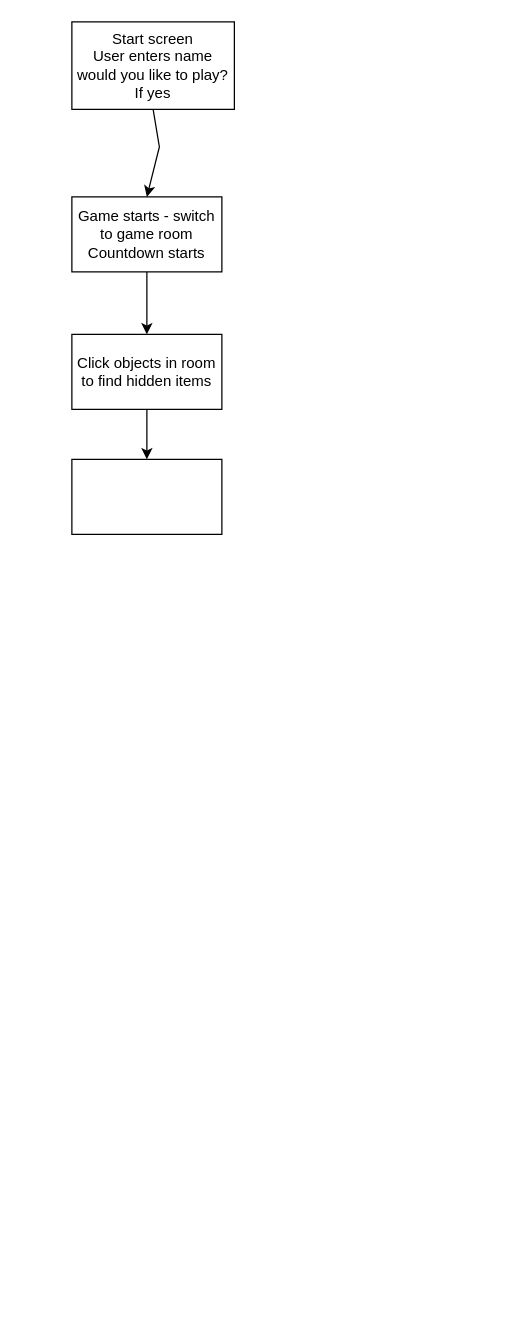
Earlier version of the draw.io diagram Escape room flow chart.drawio (SchoolOfCode/escape-room-hackathon-11th-hour). Source tidied: cells renumbered, new cells numbered last; positions are measured from the earlier drawing's top-left corner, leaving out a move shared by most shapes. Both pictures are drawn from the tidied source at 125%, with x=0, y=0 at pixel (71, 21).
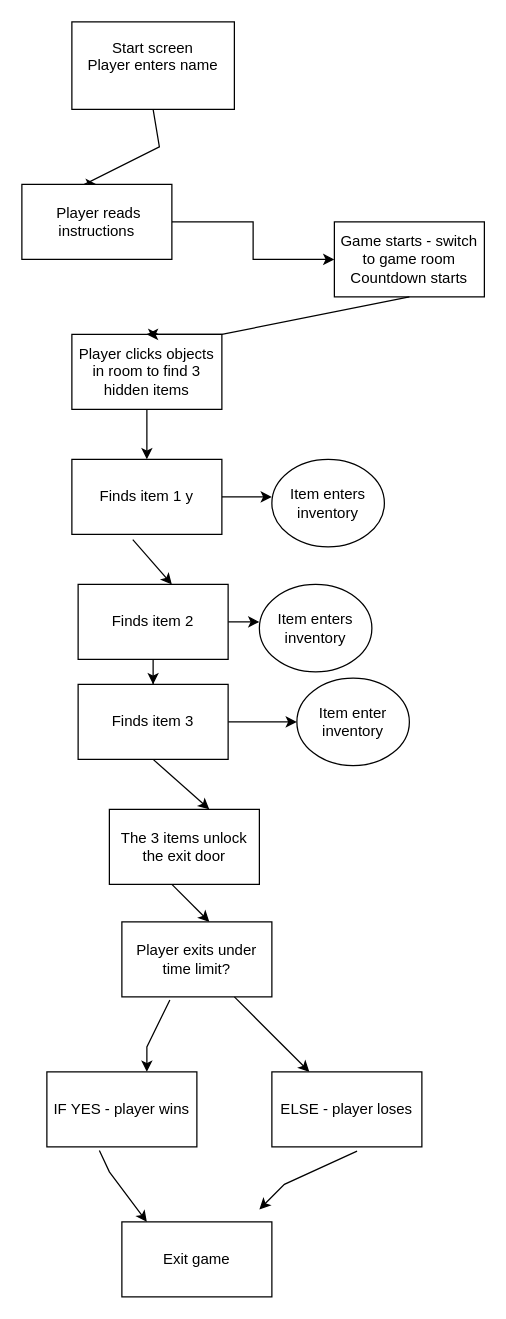
After the change.

Diff of the diagram source:
```diff
@@
-    <mxCell id="2" value="Start screen&lt;div&gt;User enters name&lt;/div&gt;&lt;div&gt;would you like to play? If yes&lt;/div&gt;" style="rounded=0;whiteSpace=wrap;html=1;" parent="1" vertex="1">
+    <mxCell id="2" value="Start screen&lt;div&gt;Player enters name&lt;/div&gt;&lt;div&gt;&lt;br&gt;&lt;/div&gt;" style="rounded=0;whiteSpace=wrap;html=1;" parent="1" vertex="1">
       <mxGeometry width="130" height="70" as="geometry" />
     </mxCell>
     <mxCell id="3" value="Game starts - switch to game room&lt;div&gt;Countdown starts&lt;/div&gt;" style="rounded=0;whiteSpace=wrap;html=1;" parent="1" vertex="1">
-      <mxGeometry y="140" width="120" height="60" as="geometry" />
+      <mxGeometry x="210" y="160" width="120" height="60" as="geometry" />
     </mxCell>
@@
+    <mxCell id="9" style="edgeStyle=orthogonalEdgeStyle;rounded=0;jettySize=auto;html=1;exitX=0.5;exitY=0;exitDx=0;exitDy=0;" parent="1" edge="1" source="5">
+      <mxGeometry relative="1" as="geometry">
+        <mxPoint x="70" y="250" as="targetPoint" />
+      </mxGeometry>
+    </mxCell>
-    <mxCell id="5" value="Click objects in room to find hidden items" style="rounded=0;whiteSpace=wrap;html=1;" parent="1" vertex="1">
+    <mxCell id="5" value="Player clicks objects in room to find 3 hidden items" style="rounded=0;whiteSpace=wrap;html=1;" parent="1" vertex="1">
       <mxGeometry y="250" width="120" height="60" as="geometry" />
     </mxCell>
-    <mxCell id="6" style="endArrow=classic;html=1;rounded=0;exitX=0.5;exitY=1;exitDx=0;exitDy=0;entryX=0.5;entryY=0;entryDx=0;entryDy=0;" parent="1" edge="1" source="2" target="3">
+    <mxCell id="6" style="endArrow=classic;html=1;rounded=0;exitX=0.5;exitY=1;exitDx=0;exitDy=0;entryX=0.5;entryY=0;entryDx=0;entryDy=0;" parent="1" edge="1" source="2" target="13">
       <mxGeometry relative="1" as="geometry">
         <Array as="points">
           <mxPoint x="70" y="100" />
+          <mxPoint x="10" y="130" />
         </Array>
       </mxGeometry>
     </mxCell>
     <mxCell id="7" style="endArrow=classic;html=1;rounded=0;exitX=0.5;exitY=1;exitDx=0;exitDy=0;entryX=0.5;entryY=0;entryDx=0;entryDy=0;" parent="1" edge="1" source="3" target="5">
       <mxGeometry relative="1" as="geometry">
         <Array as="points">
-          <mxPoint x="60" y="210" />
+          <mxPoint x="120" y="250" />
         </Array>
       </mxGeometry>
     </mxCell>
+    <mxCell id="10" style="edgeStyle=orthogonalEdgeStyle;rounded=0;jettySize=auto;html=1;exitX=1;exitY=0.5;exitDx=0;exitDy=0;" parent="1" edge="1" source="8">
+      <mxGeometry relative="1" as="geometry">
+        <mxPoint x="160" y="380" as="targetPoint" />
+      </mxGeometry>
+    </mxCell>
-    <mxCell id="8" style="rounded=0;whiteSpace=wrap;html=1;" parent="1" vertex="1">
+    <mxCell id="8" value="Finds item 1 y" style="rounded=0;whiteSpace=wrap;html=1;" parent="1" vertex="1">
       <mxGeometry y="350" width="120" height="60" as="geometry" />
     </mxCell>
+    <mxCell id="11" style="endArrow=classic;html=1;rounded=0;exitX=0.406;exitY=1.071;exitDx=0;exitDy=0;exitPerimeter=0;" parent="1" edge="1" source="8">
+      <mxGeometry relative="1" as="geometry">
+        <mxPoint x="80" y="450" as="targetPoint" />
+      </mxGeometry>
+    </mxCell>
+    <mxCell id="12" style="edgeStyle=orthogonalEdgeStyle;rounded=0;jettySize=auto;html=1;exitX=1;exitY=0.5;exitDx=0;exitDy=0;" parent="1" edge="1" source="13" target="3">
+      <mxGeometry relative="1" as="geometry" />
+    </mxCell>
+    <mxCell id="13" value="&amp;nbsp;Player reads instructions" style="rounded=0;whiteSpace=wrap;html=1;" parent="1" vertex="1">
+      <mxGeometry x="-40" y="130" width="120" height="60" as="geometry" />
+    </mxCell>
+    <mxCell id="14" style="edgeStyle=orthogonalEdgeStyle;rounded=0;jettySize=auto;html=1;exitX=0.5;exitY=1;exitDx=0;exitDy=0;" parent="1" edge="1" source="16" target="18">
+      <mxGeometry relative="1" as="geometry" />
+    </mxCell>
+    <mxCell id="15" style="edgeStyle=orthogonalEdgeStyle;rounded=0;jettySize=auto;html=1;exitX=1;exitY=0.5;exitDx=0;exitDy=0;" parent="1" edge="1" source="16">
+      <mxGeometry relative="1" as="geometry">
+        <mxPoint x="150" y="480" as="targetPoint" />
+      </mxGeometry>
+    </mxCell>
+    <mxCell id="16" value="Finds item 2" style="rounded=0;whiteSpace=wrap;html=1;" parent="1" vertex="1">
+      <mxGeometry x="5" y="450" width="120" height="60" as="geometry" />
+    </mxCell>
+    <mxCell id="17" style="edgeStyle=orthogonalEdgeStyle;rounded=0;jettySize=auto;html=1;exitX=1;exitY=0.5;exitDx=0;exitDy=0;" parent="1" edge="1" source="18">
+      <mxGeometry relative="1" as="geometry">
+        <mxPoint x="180" y="560" as="targetPoint" />
+      </mxGeometry>
+    </mxCell>
+    <mxCell id="18" value="Finds item 3" style="rounded=0;whiteSpace=wrap;html=1;" parent="1" vertex="1">
+      <mxGeometry x="5" y="530" width="120" height="60" as="geometry" />
+    </mxCell>
+    <mxCell id="19" value="Item enters inventory" style="ellipse;whiteSpace=wrap;html=1;" parent="1" vertex="1">
+      <mxGeometry x="160" y="350" width="90" height="70" as="geometry" />
+    </mxCell>
+    <mxCell id="20" value="Item enters inventory" style="ellipse;whiteSpace=wrap;html=1;" parent="1" vertex="1">
+      <mxGeometry x="150" y="450" width="90" height="70" as="geometry" />
+    </mxCell>
+    <mxCell id="21" value="Item enter inventory" style="ellipse;whiteSpace=wrap;html=1;" parent="1" vertex="1">
+      <mxGeometry x="180" y="525" width="90" height="70" as="geometry" />
+    </mxCell>
+    <mxCell id="22" style="endArrow=classic;html=1;rounded=0;exitX=0.5;exitY=1;exitDx=0;exitDy=0;" parent="1" edge="1" source="18">
+      <mxGeometry relative="1" as="geometry">
+        <mxPoint x="110" y="630" as="targetPoint" />
+      </mxGeometry>
+    </mxCell>
+    <mxCell id="23" value="The 3 items unlock the exit door" style="rounded=0;whiteSpace=wrap;html=1;" parent="1" vertex="1">
+      <mxGeometry x="30" y="630" width="120" height="60" as="geometry" />
+    </mxCell>
+    <mxCell id="24" style="endArrow=classic;html=1;rounded=0;" parent="1" edge="1">
+      <mxGeometry relative="1" as="geometry">
+        <mxPoint x="80" y="690" as="sourcePoint" />
+        <mxPoint x="110" y="720" as="targetPoint" />
+        <Array as="points">
+          <mxPoint x="80" y="690" />
+        </Array>
+      </mxGeometry>
+    </mxCell>
+    <mxCell id="25" value="Exit game" style="rounded=0;whiteSpace=wrap;html=1;" parent="1" vertex="1">
+      <mxGeometry x="40" y="960" width="120" height="60" as="geometry" />
+    </mxCell>
+    <mxCell id="26" value="Player exits under time limit?" style="rounded=0;whiteSpace=wrap;html=1;" parent="1" vertex="1">
+      <mxGeometry x="40" y="720" width="120" height="60" as="geometry" />
+    </mxCell>
+    <mxCell id="27" style="endArrow=classic;html=1;rounded=0;exitX=0.75;exitY=1;exitDx=0;exitDy=0;" parent="1" edge="1" source="26">
+      <mxGeometry relative="1" as="geometry">
+        <mxPoint x="190" y="840" as="targetPoint" />
+      </mxGeometry>
+    </mxCell>
+    <mxCell id="28" style="endArrow=classic;html=1;rounded=0;exitX=0.32;exitY=1.041;exitDx=0;exitDy=0;exitPerimeter=0;" parent="1" edge="1" source="26">
+      <mxGeometry relative="1" as="geometry">
+        <mxPoint x="60" y="840" as="targetPoint" />
+        <Array as="points">
+          <mxPoint x="60" y="820" />
+        </Array>
+      </mxGeometry>
+    </mxCell>
+    <mxCell id="29" value="IF YES - player wins" style="rounded=0;whiteSpace=wrap;html=1;" parent="1" vertex="1">
+      <mxGeometry x="-20" y="840" width="120" height="60" as="geometry" />
+    </mxCell>
+    <mxCell id="30" value="ELSE - player loses" style="rounded=0;whiteSpace=wrap;html=1;" parent="1" vertex="1">
+      <mxGeometry x="160" y="840" width="120" height="60" as="geometry" />
+    </mxCell>
+    <mxCell id="31" style="endArrow=classic;html=1;rounded=0;exitX=0.568;exitY=1.057;exitDx=0;exitDy=0;exitPerimeter=0;" parent="1" edge="1" source="30">
+      <mxGeometry relative="1" as="geometry">
+        <mxPoint x="150" y="950" as="targetPoint" />
+        <Array as="points">
+          <mxPoint x="170" y="930" />
+        </Array>
+      </mxGeometry>
+    </mxCell>
+    <mxCell id="32" style="endArrow=classic;html=1;rounded=0;exitX=0.35;exitY=1.047;exitDx=0;exitDy=0;exitPerimeter=0;" parent="1" edge="1" source="29">
+      <mxGeometry relative="1" as="geometry">
+        <mxPoint x="60" y="960" as="targetPoint" />
+        <Array as="points">
+          <mxPoint x="30" y="920" />
+        </Array>
+      </mxGeometry>
+    </mxCell>
```
